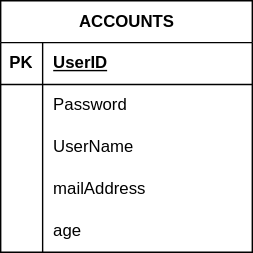
This is er図.drawio.svg from hokuto-fukura/software_engineering, a draw.io export, as it was before one commit. Source tidied: cells renumbered, new cells last; positions are measured from the earlier drawing's top-left corner, leaving out a move shared by most shapes. Its diagram source:
```xml
<mxGraphModel>
  <root>
    <mxCell id="0" />
    <mxCell id="1" parent="0" />
    <mxCell id="2" value="ACCOUNTS" style="shape=table;startSize=30;rowLines=0;fontStyle=1;align=center;html=1;" parent="1" vertex="1">
      <mxGeometry width="180" height="180" as="geometry" />
    </mxCell>
    <mxCell id="3" style="shape=tableRow;horizontal=0;startSize=0;swimlaneHead=0;swimlaneBody=0;fillColor=none;top=0;left=0;right=0;bottom=1;" parent="2" vertex="1">
      <mxGeometry y="30" width="180" height="30" as="geometry" />
    </mxCell>
    <mxCell id="4" value="PK" style="shape=partialRectangle;fillColor=none;top=0;left=0;bottom=0;right=0;fontStyle=1;overflow=hidden;whiteSpace=wrap;html=1;" parent="3" vertex="1">
      <mxGeometry width="30" height="30" as="geometry" />
    </mxCell>
    <mxCell id="5" value="UserID" style="shape=partialRectangle;fillColor=none;top=0;left=0;bottom=0;right=0;align=left;spacingLeft=6;fontStyle=5;overflow=hidden;whiteSpace=wrap;html=1;" parent="3" vertex="1">
      <mxGeometry x="30" width="150" height="30" as="geometry" />
    </mxCell>
    <mxCell id="6" style="shape=tableRow;horizontal=0;startSize=0;swimlaneHead=0;swimlaneBody=0;fillColor=none;top=0;left=0;right=0;bottom=0;" parent="2" vertex="1">
      <mxGeometry y="60" width="180" height="30" as="geometry" />
    </mxCell>
    <mxCell id="7" style="shape=partialRectangle;fillColor=none;top=0;left=0;bottom=0;right=0;overflow=hidden;whiteSpace=wrap;html=1;" parent="6" vertex="1">
      <mxGeometry width="30" height="30" as="geometry" />
    </mxCell>
    <mxCell id="8" value="Password" style="shape=partialRectangle;fillColor=none;top=0;left=0;bottom=0;right=0;align=left;spacingLeft=6;overflow=hidden;whiteSpace=wrap;html=1;" parent="6" vertex="1">
      <mxGeometry x="30" width="150" height="30" as="geometry" />
    </mxCell>
    <mxCell id="9" style="shape=tableRow;horizontal=0;startSize=0;swimlaneHead=0;swimlaneBody=0;fillColor=none;top=0;left=0;right=0;bottom=0;" parent="2" vertex="1">
      <mxGeometry y="90" width="180" height="30" as="geometry" />
    </mxCell>
    <mxCell id="10" style="shape=partialRectangle;fillColor=none;top=0;left=0;bottom=0;right=0;overflow=hidden;whiteSpace=wrap;html=1;" parent="9" vertex="1">
      <mxGeometry width="30" height="30" as="geometry" />
    </mxCell>
    <mxCell id="11" value="UserName" style="shape=partialRectangle;fillColor=none;top=0;left=0;bottom=0;right=0;align=left;spacingLeft=6;overflow=hidden;whiteSpace=wrap;html=1;" parent="9" vertex="1">
      <mxGeometry x="30" width="150" height="30" as="geometry" />
    </mxCell>
    <mxCell id="12" style="shape=tableRow;horizontal=0;startSize=0;swimlaneHead=0;swimlaneBody=0;fillColor=none;top=0;left=0;right=0;bottom=0;" parent="2" vertex="1">
      <mxGeometry y="120" width="180" height="30" as="geometry" />
    </mxCell>
    <mxCell id="13" style="shape=partialRectangle;fillColor=none;top=0;left=0;bottom=0;right=0;overflow=hidden;whiteSpace=wrap;html=1;" parent="12" vertex="1">
      <mxGeometry width="30" height="30" as="geometry" />
    </mxCell>
    <mxCell id="14" value="mailAddress" style="shape=partialRectangle;fillColor=none;top=0;left=0;bottom=0;right=0;align=left;spacingLeft=6;overflow=hidden;whiteSpace=wrap;html=1;" parent="12" vertex="1">
      <mxGeometry x="30" width="150" height="30" as="geometry" />
    </mxCell>
    <mxCell id="15" style="shape=tableRow;horizontal=0;startSize=0;swimlaneHead=0;swimlaneBody=0;fillColor=none;top=0;left=0;right=0;bottom=0;" parent="2" vertex="1">
      <mxGeometry y="150" width="180" height="30" as="geometry" />
    </mxCell>
    <mxCell id="16" style="shape=partialRectangle;fillColor=none;top=0;left=0;bottom=0;right=0;overflow=hidden;whiteSpace=wrap;html=1;" parent="15" vertex="1">
      <mxGeometry width="30" height="30" as="geometry" />
    </mxCell>
    <mxCell id="17" value="age" style="shape=partialRectangle;fillColor=none;top=0;left=0;bottom=0;right=0;align=left;spacingLeft=6;overflow=hidden;whiteSpace=wrap;html=1;" parent="15" vertex="1">
      <mxGeometry x="30" width="150" height="30" as="geometry" />
    </mxCell>
  </root>
</mxGraphModel>
```
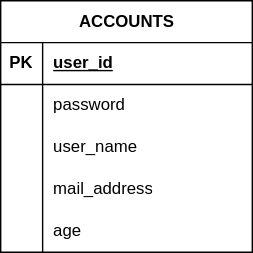
After the commit.

Commit message:
er図.drawio.svg を更新します

Diff of the diagram source:
```diff
@@ -11,7 +11,7 @@
     <mxCell id="4" value="PK" style="shape=partialRectangle;fillColor=none;top=0;left=0;bottom=0;right=0;fontStyle=1;overflow=hidden;whiteSpace=wrap;html=1;" parent="3" vertex="1">
       <mxGeometry width="30" height="30" as="geometry" />
     </mxCell>
-    <mxCell id="5" value="UserID" style="shape=partialRectangle;fillColor=none;top=0;left=0;bottom=0;right=0;align=left;spacingLeft=6;fontStyle=5;overflow=hidden;whiteSpace=wrap;html=1;" parent="3" vertex="1">
+    <mxCell id="5" value="user_id" style="shape=partialRectangle;fillColor=none;top=0;left=0;bottom=0;right=0;align=left;spacingLeft=6;fontStyle=5;overflow=hidden;whiteSpace=wrap;html=1;" parent="3" vertex="1">
       <mxGeometry x="30" width="150" height="30" as="geometry" />
     </mxCell>
     <mxCell id="6" style="shape=tableRow;horizontal=0;startSize=0;swimlaneHead=0;swimlaneBody=0;fillColor=none;top=0;left=0;right=0;bottom=0;" parent="2" vertex="1">
@@ -20,7 +20,7 @@
     <mxCell id="7" style="shape=partialRectangle;fillColor=none;top=0;left=0;bottom=0;right=0;overflow=hidden;whiteSpace=wrap;html=1;" parent="6" vertex="1">
       <mxGeometry width="30" height="30" as="geometry" />
     </mxCell>
-    <mxCell id="8" value="Password" style="shape=partialRectangle;fillColor=none;top=0;left=0;bottom=0;right=0;align=left;spacingLeft=6;overflow=hidden;whiteSpace=wrap;html=1;" parent="6" vertex="1">
+    <mxCell id="8" value="password" style="shape=partialRectangle;fillColor=none;top=0;left=0;bottom=0;right=0;align=left;spacingLeft=6;overflow=hidden;whiteSpace=wrap;html=1;" parent="6" vertex="1">
       <mxGeometry x="30" width="150" height="30" as="geometry" />
     </mxCell>
     <mxCell id="9" style="shape=tableRow;horizontal=0;startSize=0;swimlaneHead=0;swimlaneBody=0;fillColor=none;top=0;left=0;right=0;bottom=0;" parent="2" vertex="1">
@@ -29,7 +29,7 @@
     <mxCell id="10" style="shape=partialRectangle;fillColor=none;top=0;left=0;bottom=0;right=0;overflow=hidden;whiteSpace=wrap;html=1;" parent="9" vertex="1">
       <mxGeometry width="30" height="30" as="geometry" />
     </mxCell>
-    <mxCell id="11" value="UserName" style="shape=partialRectangle;fillColor=none;top=0;left=0;bottom=0;right=0;align=left;spacingLeft=6;overflow=hidden;whiteSpace=wrap;html=1;" parent="9" vertex="1">
+    <mxCell id="11" value="user_name" style="shape=partialRectangle;fillColor=none;top=0;left=0;bottom=0;right=0;align=left;spacingLeft=6;overflow=hidden;whiteSpace=wrap;html=1;" parent="9" vertex="1">
       <mxGeometry x="30" width="150" height="30" as="geometry" />
     </mxCell>
     <mxCell id="12" style="shape=tableRow;horizontal=0;startSize=0;swimlaneHead=0;swimlaneBody=0;fillColor=none;top=0;left=0;right=0;bottom=0;" parent="2" vertex="1">
@@ -38,7 +38,7 @@
     <mxCell id="13" style="shape=partialRectangle;fillColor=none;top=0;left=0;bottom=0;right=0;overflow=hidden;whiteSpace=wrap;html=1;" parent="12" vertex="1">
       <mxGeometry width="30" height="30" as="geometry" />
     </mxCell>
-    <mxCell id="14" value="mailAddress" style="shape=partialRectangle;fillColor=none;top=0;left=0;bottom=0;right=0;align=left;spacingLeft=6;overflow=hidden;whiteSpace=wrap;html=1;" parent="12" vertex="1">
+    <mxCell id="14" value="mail_address" style="shape=partialRectangle;fillColor=none;top=0;left=0;bottom=0;right=0;align=left;spacingLeft=6;overflow=hidden;whiteSpace=wrap;html=1;" parent="12" vertex="1">
       <mxGeometry x="30" width="150" height="30" as="geometry" />
     </mxCell>
     <mxCell id="15" style="shape=tableRow;horizontal=0;startSize=0;swimlaneHead=0;swimlaneBody=0;fillColor=none;top=0;left=0;right=0;bottom=0;" parent="2" vertex="1">
```
